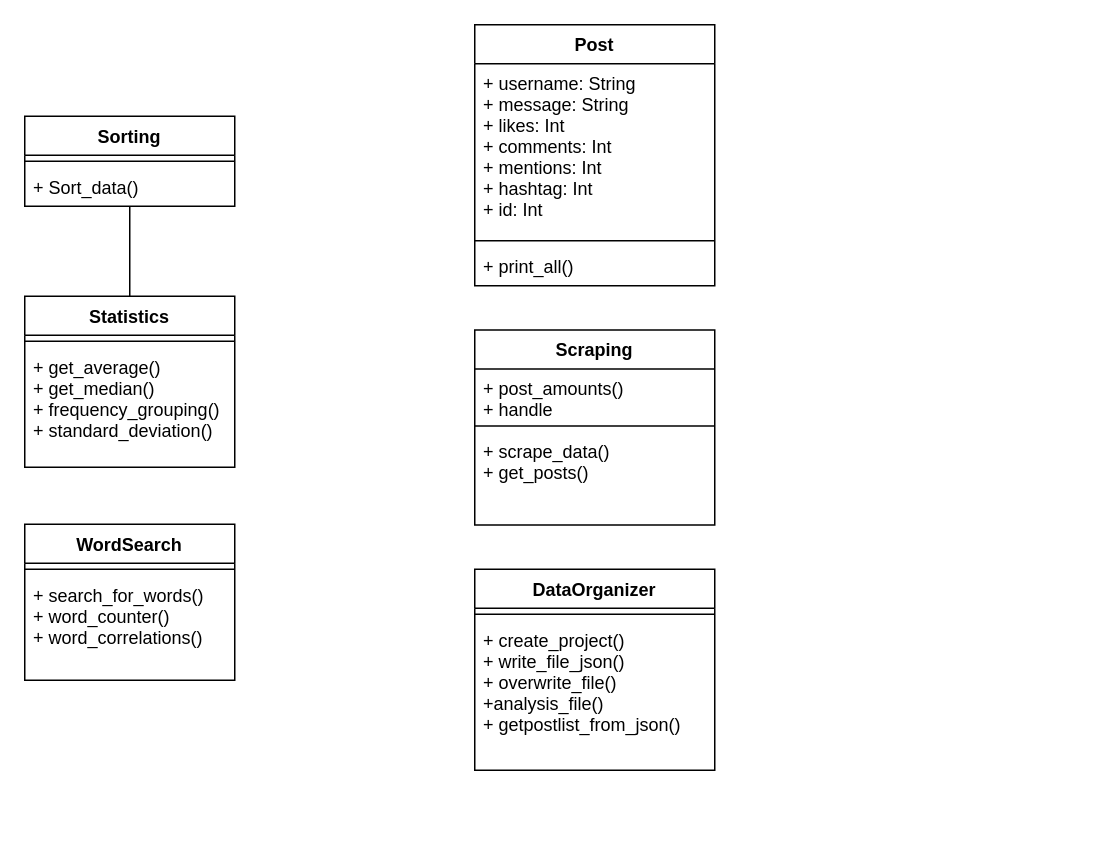
Earlier version of the draw.io diagram class_diagram_tweeda.drawio (ztychr/tweeda). Source tidied: cells renumbered, new cells numbered last; positions are measured from the earlier drawing's top-left corner, leaving out a move shared by most shapes. Both pictures are drawn from the tidied source at 150%, with x=0, y=0 at pixel (24, 24).
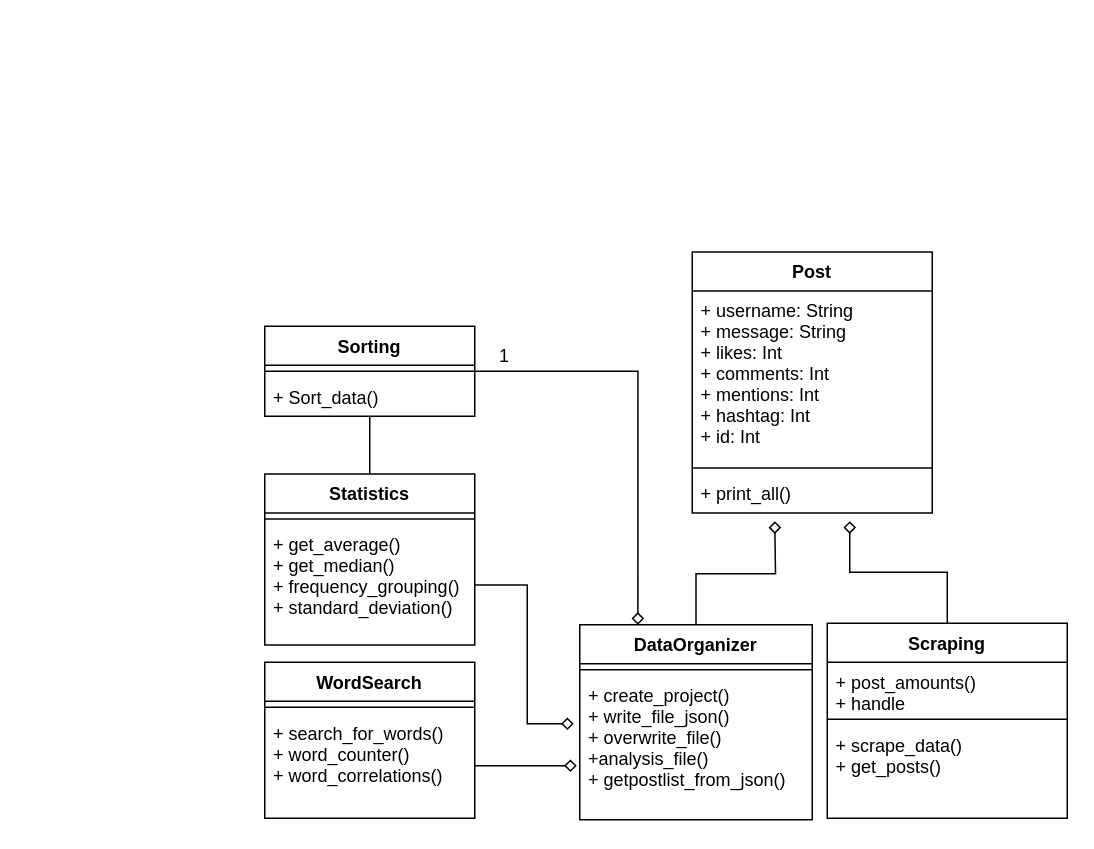
The same diagram, later.

The change refers to these unchanged cells:
```xml
<mxCell id="8" value="+ get_average()&#10;+ get_median()&#10;+ frequency_grouping()&#10;+ standard_deviation()&#10;" style="text;strokeColor=none;fillColor=none;align=left;verticalAlign=top;spacingLeft=4;spacingRight=4;overflow=hidden;points=[[0,0.5],[1,0.5]];portConstraint=eastwest;" parent="6" vertex="1">
  <mxGeometry y="34" width="140" height="80" as="geometry" />
</mxCell>
<mxCell id="11" value="+ search_for_words()&#10;+ word_counter()&#10;+ word_correlations()&#10;" style="text;strokeColor=none;fillColor=none;align=left;verticalAlign=top;spacingLeft=4;spacingRight=4;overflow=hidden;points=[[0,0.5],[1,0.5]];portConstraint=eastwest;" parent="9" vertex="1">
  <mxGeometry y="34" width="140" height="70" as="geometry" />
</mxCell>
```

Diff of the diagram source:
```diff
@@
-    <mxCell id="2" style="edgeStyle=orthogonalEdgeStyle;rounded=0;jettySize=auto;html=1;entryX=0.5;entryY=0;entryDx=0;entryDy=0;strokeColor=#000000;endArrow=none;endFill=0;" parent="1" edge="1" source="3" target="6">
+    <mxCell id="2" style="edgeStyle=orthogonalEdgeStyle;rounded=0;jettySize=auto;html=1;entryX=0.5;entryY=0;entryDx=0;entryDy=0;strokeColor=#000000;endArrow=none;endFill=0;startArrow=none;startFill=0;" parent="1" edge="1" source="3" target="6">
       <mxGeometry relative="1" as="geometry" />
     </mxCell>
+    <mxCell id="23" style="edgeStyle=orthogonalEdgeStyle;rounded=0;jettySize=auto;html=1;entryX=0.25;entryY=0;entryDx=0;entryDy=0;startArrow=none;startFill=0;endArrow=diamond;endFill=0;strokeColor=#000000;" parent="1" edge="1" source="3" target="16">
+      <mxGeometry relative="1" as="geometry" />
+    </mxCell>
     <mxCell id="3" value="Sorting" style="swimlane;fontStyle=1;align=center;verticalAlign=top;horizontal=1;startSize=26;" parent="1" vertex="1">
-      <mxGeometry y="61" width="140" height="60" as="geometry" />
+      <mxGeometry x="160" y="201" width="140" height="60" as="geometry" />
     </mxCell>
@@
     <mxCell id="6" value="Statistics" style="swimlane;fontStyle=1;align=center;verticalAlign=top;horizontal=1;startSize=26;" parent="1" vertex="1">
-      <mxGeometry y="181" width="140" height="114" as="geometry" />
+      <mxGeometry x="160" y="299.5" width="140" height="114" as="geometry" />
     </mxCell>
@@
     <mxCell id="9" value="WordSearch" style="swimlane;fontStyle=1;align=center;verticalAlign=top;horizontal=1;startSize=26;" parent="1" vertex="1">
-      <mxGeometry y="333" width="140" height="104" as="geometry" />
+      <mxGeometry x="160" y="425" width="140" height="104" as="geometry" />
     </mxCell>
@@
     <mxCell id="12" value="Post" style="swimlane;fontStyle=1;align=center;verticalAlign=top;horizontal=1;startSize=26;" parent="1" vertex="1">
-      <mxGeometry x="300" width="160" height="174" as="geometry" />
+      <mxGeometry x="445" y="151.5" width="160" height="174" as="geometry" />
     </mxCell>
@@
+    <mxCell id="24" style="edgeStyle=orthogonalEdgeStyle;rounded=0;jettySize=auto;html=1;startArrow=none;startFill=0;endArrow=diamond;endFill=0;strokeColor=#000000;" parent="1" edge="1" source="16">
+      <mxGeometry relative="1" as="geometry">
+        <mxPoint x="500" y="331" as="targetPoint" />
+      </mxGeometry>
+    </mxCell>
     <mxCell id="16" value="DataOrganizer" style="swimlane;fontStyle=1;align=center;verticalAlign=top;horizontal=1;startSize=26;" parent="1" vertex="1">
-      <mxGeometry x="300" y="363" width="160" height="134" as="geometry" />
+      <mxGeometry x="370" y="400" width="155" height="130" as="geometry" />
     </mxCell>
     <mxCell id="17" style="line;strokeWidth=1;fillColor=none;align=left;verticalAlign=middle;spacingTop=-1;spacingLeft=3;spacingRight=3;labelPosition=right;" parent="16" vertex="1">
-      <mxGeometry y="26" width="160" height="8" as="geometry" />
+      <mxGeometry y="26" width="155" height="8" as="geometry" />
     </mxCell>
     <mxCell id="18" value="+ create_project()&#10;+ write_file_json()&#10;+ overwrite_file()&#10;+analysis_file()&#10;+ getpostlist_from_json()&#10;&#10;" style="text;strokeColor=none;fillColor=none;align=left;verticalAlign=top;spacingLeft=4;spacingRight=4;overflow=hidden;points=[[0,0.5],[1,0.5]];portConstraint=eastwest;" parent="16" vertex="1">
-      <mxGeometry y="34" width="160" height="100" as="geometry" />
+      <mxGeometry y="34" width="155" height="96" as="geometry" />
     </mxCell>
+    <mxCell id="25" style="edgeStyle=orthogonalEdgeStyle;rounded=0;jettySize=auto;html=1;startArrow=none;startFill=0;endArrow=diamond;endFill=0;strokeColor=#000000;" parent="1" edge="1" source="19">
+      <mxGeometry relative="1" as="geometry">
+        <mxPoint x="550" y="331" as="targetPoint" />
+        <Array as="points">
+          <mxPoint x="615" y="365" />
+          <mxPoint x="550" y="365" />
+          <mxPoint x="550" y="331" />
+        </Array>
+      </mxGeometry>
+    </mxCell>
     <mxCell id="19" value="Scraping" style="swimlane;fontStyle=1;align=center;verticalAlign=top;horizontal=1;startSize=26;" parent="1" vertex="1">
-      <mxGeometry x="300" y="203.5" width="160" height="130" as="geometry" />
+      <mxGeometry x="535" y="399" width="160" height="130" as="geometry" />
     </mxCell>
@@
+    <mxCell id="26" style="edgeStyle=orthogonalEdgeStyle;rounded=0;jettySize=auto;html=1;entryX=-0.026;entryY=0.333;entryDx=0;entryDy=0;startArrow=none;startFill=0;endArrow=diamond;endFill=0;strokeColor=#000000;entryPerimeter=0;" parent="1" edge="1" source="8" target="18">
+      <mxGeometry relative="1" as="geometry" />
+    </mxCell>
+    <mxCell id="27" style="edgeStyle=orthogonalEdgeStyle;rounded=0;jettySize=auto;html=1;entryX=-0.013;entryY=0.625;entryDx=0;entryDy=0;entryPerimeter=0;startArrow=none;startFill=0;endArrow=diamond;endFill=0;strokeColor=#000000;" parent="1" edge="1" source="11" target="18">
+      <mxGeometry relative="1" as="geometry" />
+    </mxCell>
+    <mxCell id="28" value="1" style="text;html=1;strokeColor=none;fillColor=none;align=center;verticalAlign=middle;whiteSpace=wrap;rounded=0;" parent="1" vertex="1">
+      <mxGeometry x="300" y="211" width="40" height="20" as="geometry" />
+    </mxCell>
```
